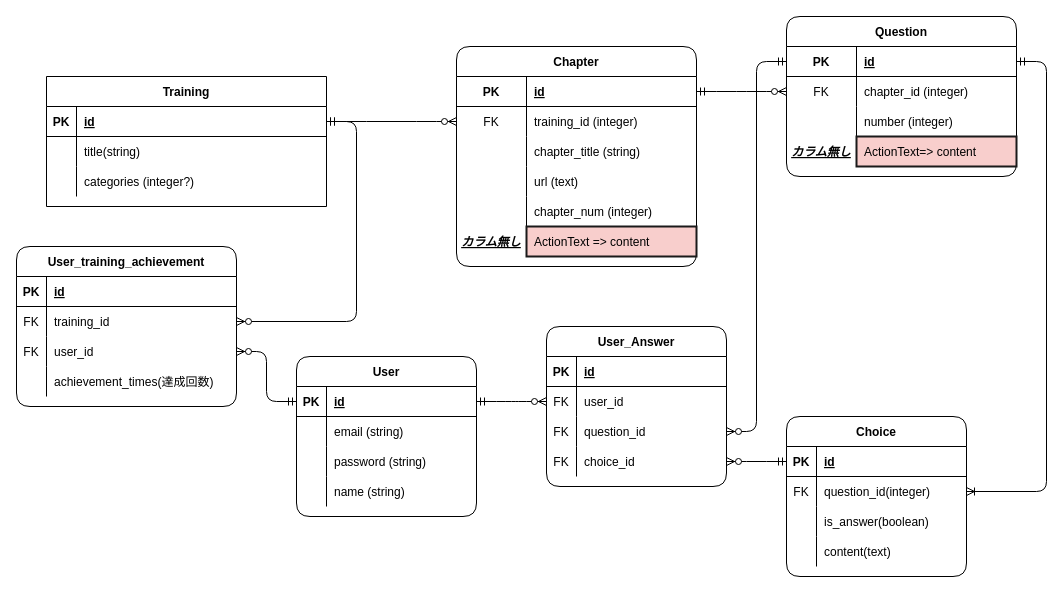
The draw.io diagram page "自分アプリ用" (1 of 3) of models.drawio in Yuluki-10/quiz-app_markdown, before the edit. Source tidied: cells renumbered, new cells numbered last; positions are measured from the earlier drawing's top-left corner, leaving out a move shared by most shapes. Both pictures are drawn from the tidied source at 100%, with x=0, y=0 at pixel (16, 16).
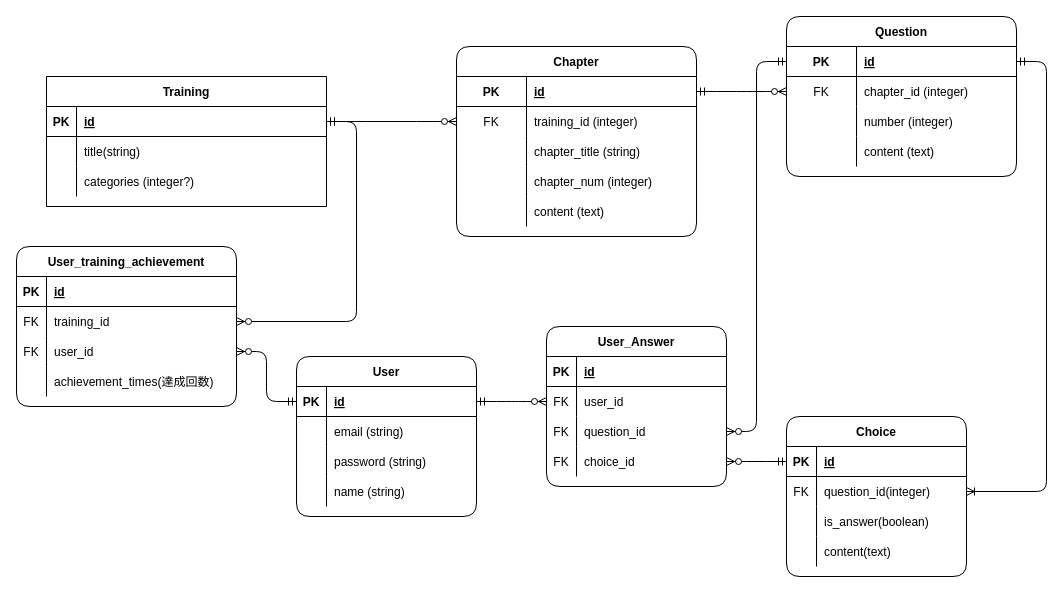
The same diagram, later.

The change refers to these unchanged cells:
```xml
<mxCell id="21" value="Question" style="shape=table;startSize=30;childLayout=tableLayout;rowLines=0;fontStyle=1;align=center;rounded=1;" parent="1" vertex="1">
  <mxGeometry x="770" width="230" height="160" as="geometry" />
</mxCell>
```

What changed in the source:
```diff
@@
     <mxCell id="2" value="Chapter" style="shape=table;startSize=30;childLayout=tableLayout;rowLines=0;fontStyle=1;align=center;rounded=1;" parent="1" vertex="1">
-      <mxGeometry x="440" y="30" width="240" height="220" as="geometry" />
+      <mxGeometry x="440" y="30" width="240" height="190" as="geometry" />
     </mxCell>
@@
-    <mxCell id="12" style="shape=partialRectangle;fillColor=none;top=0;left=0;bottom=0;right=0;rounded=1;" parent="2" vertex="1">
-      <mxGeometry y="120" width="240" height="30" as="geometry" />
-    </mxCell>
-    <mxCell id="13" style="shape=partialRectangle;fillColor=none;top=0;left=0;bottom=0;right=0;overflow=hidden;rounded=1;" parent="12" vertex="1">
-      <mxGeometry width="70" height="30" as="geometry" />
-    </mxCell>
-    <mxCell id="14" value="url (text)" style="shape=partialRectangle;fillColor=none;top=0;left=0;bottom=0;right=0;align=left;spacingLeft=6;overflow=hidden;rounded=1;" parent="12" vertex="1">
-      <mxGeometry x="70" width="170" height="30" as="geometry" />
-    </mxCell>
     <mxCell id="15" style="shape=partialRectangle;fillColor=none;top=0;left=0;bottom=0;right=0;rounded=1;" parent="2" vertex="1">
-      <mxGeometry y="150" width="240" height="30" as="geometry" />
+      <mxGeometry y="120" width="240" height="30" as="geometry" />
     </mxCell>
@@
-    <mxCell id="18" style="shape=partialRectangle;fillColor=none;top=0;left=0;bottom=0;right=0;rounded=1;fontStyle=1;" parent="2" vertex="1">
-      <mxGeometry y="180" width="240" height="30" as="geometry" />
-    </mxCell>
-    <mxCell id="19" value="カラム無し" style="shape=partialRectangle;fillColor=none;top=0;left=0;bottom=0;right=0;overflow=hidden;rounded=1;fontStyle=7;" parent="18" vertex="1">
-      <mxGeometry width="70" height="30" as="geometry" />
-    </mxCell>
-    <mxCell id="20" value="ActionText =&gt; content" style="shape=partialRectangle;fillColor=#f8cecc;top=1;left=1;bottom=1;right=1;align=left;spacingLeft=6;overflow=hidden;strokeColor=#1A1A1A;rounded=1;strokeWidth=2;" parent="18" vertex="1">
-      <mxGeometry x="70" width="170" height="30" as="geometry" />
-    </mxCell>
+    <mxCell id="104" style="shape=partialRectangle;fillColor=none;top=0;left=0;bottom=0;right=0;rounded=1;" parent="2" vertex="1">
+      <mxGeometry y="150" width="240" height="30" as="geometry" />
+    </mxCell>
+    <mxCell id="105" style="shape=partialRectangle;fillColor=none;top=0;left=0;bottom=0;right=0;overflow=hidden;rounded=1;" parent="104" vertex="1">
+      <mxGeometry width="70" height="30" as="geometry" />
+    </mxCell>
+    <mxCell id="106" value="content (text)" style="shape=partialRectangle;fillColor=none;top=0;left=0;bottom=0;right=0;align=left;spacingLeft=6;overflow=hidden;rounded=1;" parent="104" vertex="1">
+      <mxGeometry x="70" width="170" height="30" as="geometry" />
+    </mxCell>
@@
-    <mxCell id="31" style="shape=partialRectangle;fillColor=none;top=0;left=0;bottom=0;right=0;shadow=0;perimeterSpacing=2;strokeWidth=1;strokeColor=default;rounded=1;" parent="21" vertex="1">
-      <mxGeometry y="120" width="230" height="30" as="geometry" />
-    </mxCell>
-    <mxCell id="32" value="カラム無し" style="shape=partialRectangle;fillColor=none;top=0;left=0;bottom=0;right=0;overflow=hidden;rounded=1;fontSize=12;fontStyle=7;" parent="31" vertex="1">
-      <mxGeometry width="70" height="30" as="geometry" />
-    </mxCell>
-    <mxCell id="33" value="ActionText=&gt; content" style="shape=partialRectangle;fillColor=#f8cecc;top=1;left=1;bottom=1;right=1;align=left;spacingLeft=6;overflow=hidden;strokeWidth=2;labelBorderColor=none;perimeterSpacing=0;strokeColor=#1A1A1A;rounded=1;" parent="31" vertex="1">
-      <mxGeometry x="70" width="160" height="30" as="geometry" />
-    </mxCell>
+    <mxCell id="107" style="shape=partialRectangle;fillColor=none;top=0;left=0;bottom=0;right=0;rounded=1;" parent="21" vertex="1">
+      <mxGeometry y="120" width="230" height="30" as="geometry" />
+    </mxCell>
+    <mxCell id="108" style="shape=partialRectangle;fillColor=none;top=0;left=0;bottom=0;right=0;overflow=hidden;rounded=1;" parent="107" vertex="1">
+      <mxGeometry width="70" height="30" as="geometry" />
+    </mxCell>
+    <mxCell id="109" value="content (text)" style="shape=partialRectangle;fillColor=none;top=0;left=0;bottom=0;right=0;align=left;spacingLeft=6;overflow=hidden;rounded=1;" parent="107" vertex="1">
+      <mxGeometry x="70" width="160" height="30" as="geometry" />
+    </mxCell>
```
